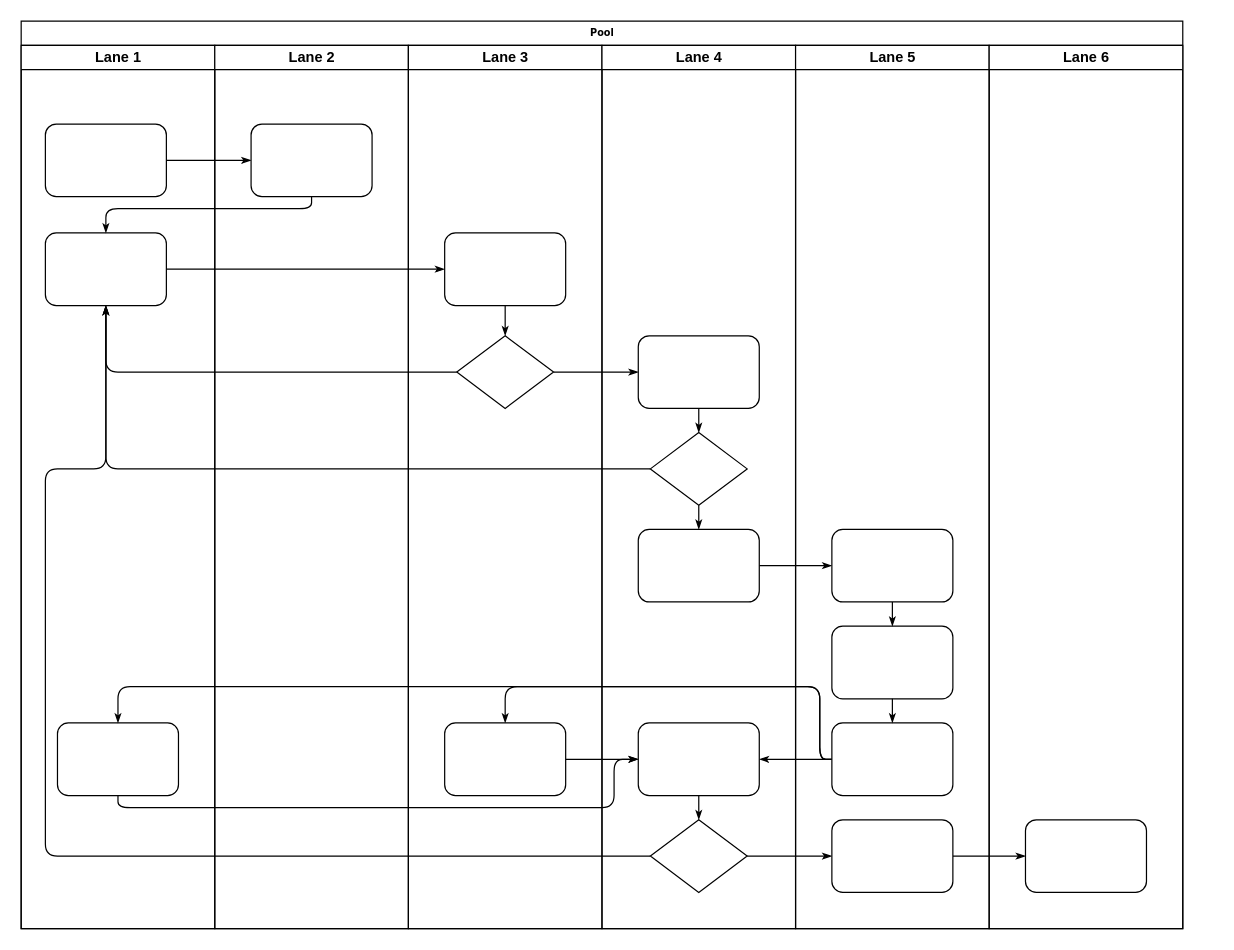
dieunguyen2003/deploycode keeps this draw.io diagram as migrate2.drawio. Above is the earlier version. Source tidied: cells renumbered, new cells numbered last; positions are measured from the earlier drawing's top-left corner, leaving out a move shared by most shapes. Both pictures are drawn from the tidied source at 121%, with x=0, y=0 at pixel (21, 21).
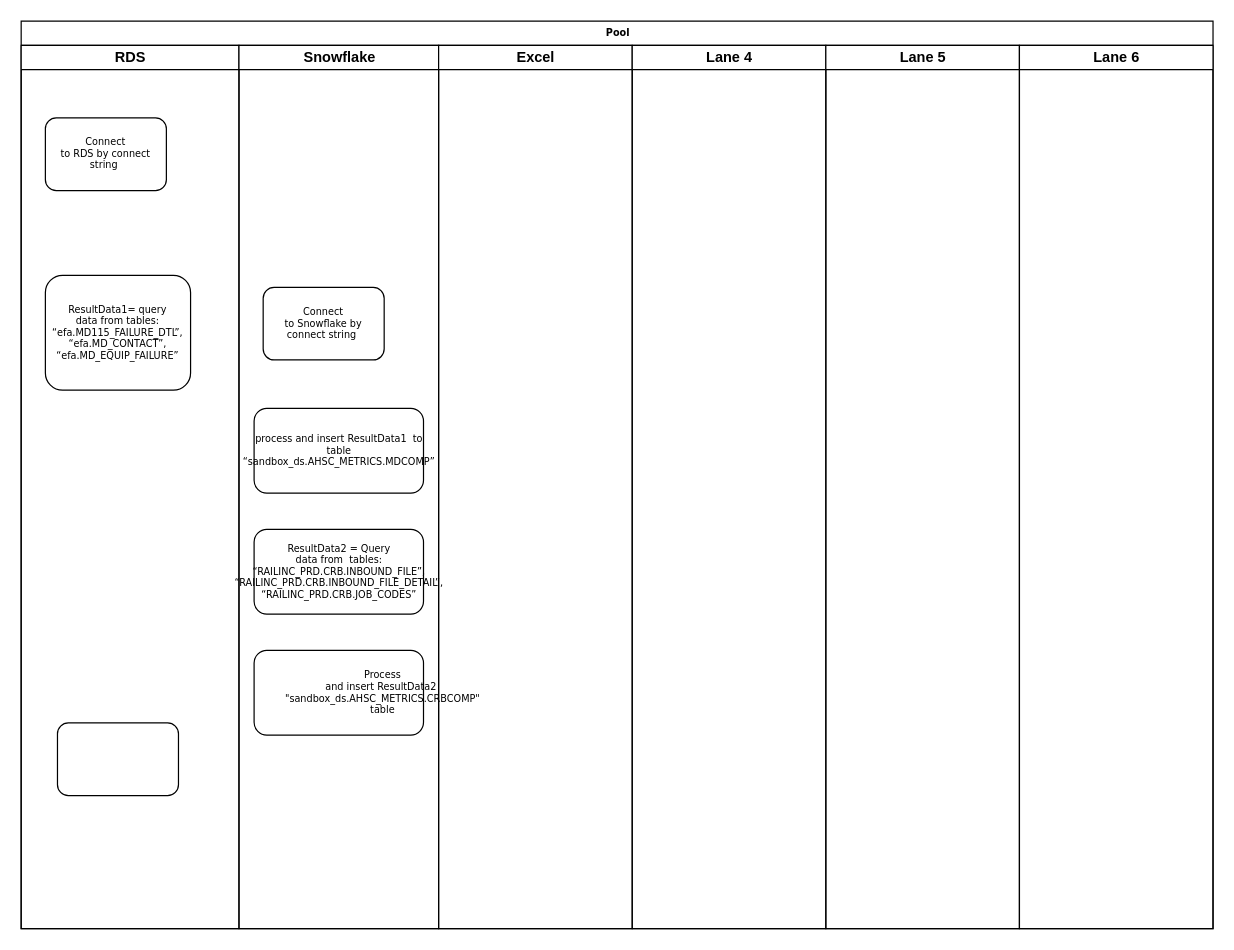
Above is the later version.

The change refers to these unchanged cells:
```xml
<mxCell id="6" style="rounded=1;whiteSpace=wrap;html=1;shadow=0;labelBackgroundColor=none;strokeWidth=1;fontFamily=Verdana;fontSize=8;align=center;" parent="3" vertex="1">
  <mxGeometry x="30" y="560" width="100" height="60" as="geometry" />
</mxCell>
```

The edit, as a diff of the source:
```diff
@@
     <mxCell id="2" value="Pool" style="swimlane;html=1;startSize=20;rounded=0;shadow=0;labelBackgroundColor=none;strokeWidth=1;fontFamily=Verdana;fontSize=8;align=center;" parent="1" vertex="1">
-      <mxGeometry width="960" height="750" as="geometry" />
+      <mxGeometry width="985" height="750" as="geometry" />
     </mxCell>
-    <mxCell id="3" value="Lane 1" style="swimlane;html=1;startSize=20;" parent="2" vertex="1">
-      <mxGeometry y="20" width="160" height="730" as="geometry" />
+    <mxCell id="3" value="RDS" style="swimlane;html=1;startSize=20;" parent="2" vertex="1">
+      <mxGeometry y="20" width="180" height="730" as="geometry" />
     </mxCell>
-    <mxCell id="4" style="rounded=1;whiteSpace=wrap;html=1;shadow=0;labelBackgroundColor=none;strokeWidth=1;fontFamily=Verdana;fontSize=8;align=center;" parent="3" vertex="1">
-      <mxGeometry x="20" y="65" width="100" height="60" as="geometry" />
+    <mxCell id="4" value="Connect&lt;br/&gt;to RDS by connect string&amp;nbsp;" style="rounded=1;whiteSpace=wrap;html=1;shadow=0;labelBackgroundColor=none;strokeWidth=1;fontFamily=Verdana;fontSize=8;align=center;" parent="3" vertex="1">
+      <mxGeometry x="20" y="60" width="100" height="60" as="geometry" />
     </mxCell>
-    <mxCell id="5" style="rounded=1;whiteSpace=wrap;html=1;shadow=0;labelBackgroundColor=none;strokeWidth=1;fontFamily=Verdana;fontSize=8;align=center;" parent="3" vertex="1">
-      <mxGeometry x="20" y="155" width="100" height="60" as="geometry" />
+    <mxCell id="5" value="ResultData1= query&lt;br&gt;data from tables: “efa.MD115_FAILURE_DTL”, “efa.MD_CONTACT”, “efa.MD_EQUIP_FAILURE”" style="rounded=1;whiteSpace=wrap;html=1;shadow=0;labelBackgroundColor=none;strokeWidth=1;fontFamily=Verdana;fontSize=8;align=center;" parent="3" vertex="1">
+      <mxGeometry x="20" y="190" width="120" height="95" as="geometry" />
     </mxCell>
@@
-    <mxCell id="7" style="edgeStyle=orthogonalEdgeStyle;rounded=1;html=1;labelBackgroundColor=none;startArrow=none;startFill=0;startSize=5;endArrow=classicThin;endFill=1;endSize=5;jettySize=auto;strokeWidth=1;fontFamily=Verdana;fontSize=8;" parent="2" edge="1" source="4" target="23">
-      <mxGeometry relative="1" as="geometry" />
-    </mxCell>
-    <mxCell id="8" style="edgeStyle=orthogonalEdgeStyle;rounded=1;html=1;labelBackgroundColor=none;startArrow=none;startFill=0;startSize=5;endArrow=classicThin;endFill=1;endSize=5;jettySize=auto;strokeWidth=1;fontFamily=Verdana;fontSize=8;" parent="2" edge="1" source="23" target="5">
-      <mxGeometry relative="1" as="geometry">
-        <Array as="points">
-          <mxPoint x="240" y="155" />
-          <mxPoint x="70" y="155" />
-        </Array>
-      </mxGeometry>
-    </mxCell>
-    <mxCell id="9" style="edgeStyle=orthogonalEdgeStyle;rounded=1;html=1;labelBackgroundColor=none;startArrow=none;startFill=0;startSize=5;endArrow=classicThin;endFill=1;endSize=5;jettySize=auto;strokeWidth=1;fontFamily=Verdana;fontSize=8;" parent="2" edge="1" source="5" target="25">
-      <mxGeometry relative="1" as="geometry" />
-    </mxCell>
-    <mxCell id="10" style="edgeStyle=orthogonalEdgeStyle;rounded=1;html=1;labelBackgroundColor=none;startArrow=none;startFill=0;startSize=5;endArrow=classicThin;endFill=1;endSize=5;jettySize=auto;strokeWidth=1;fontFamily=Verdana;fontSize=8;" parent="2" edge="1" source="26" target="5">
-      <mxGeometry relative="1" as="geometry" />
-    </mxCell>
-    <mxCell id="11" style="edgeStyle=orthogonalEdgeStyle;rounded=1;html=1;labelBackgroundColor=none;startArrow=none;startFill=0;startSize=5;endArrow=classicThin;endFill=1;endSize=5;jettySize=auto;strokeWidth=1;fontFamily=Verdana;fontSize=8;" parent="2" edge="1" source="31" target="5">
-      <mxGeometry relative="1" as="geometry" />
-    </mxCell>
-    <mxCell id="12" style="edgeStyle=orthogonalEdgeStyle;rounded=1;html=1;labelBackgroundColor=none;startArrow=none;startFill=0;startSize=5;endArrow=classicThin;endFill=1;endSize=5;jettySize=auto;strokeWidth=1;fontFamily=Verdana;fontSize=8;" parent="2" edge="1" source="34" target="5">
-      <mxGeometry relative="1" as="geometry">
-        <Array as="points">
-          <mxPoint x="20" y="690" />
-          <mxPoint x="20" y="370" />
-          <mxPoint x="70" y="370" />
-        </Array>
-      </mxGeometry>
-    </mxCell>
-    <mxCell id="13" style="edgeStyle=orthogonalEdgeStyle;rounded=1;html=1;labelBackgroundColor=none;startArrow=none;startFill=0;startSize=5;endArrow=classicThin;endFill=1;endSize=5;jettySize=auto;strokeWidth=1;fontFamily=Verdana;fontSize=8;" parent="2" edge="1" source="26" target="30">
-      <mxGeometry relative="1" as="geometry" />
-    </mxCell>
-    <mxCell id="14" style="edgeStyle=orthogonalEdgeStyle;rounded=1;html=1;labelBackgroundColor=none;startArrow=none;startFill=0;startSize=5;endArrow=classicThin;endFill=1;endSize=5;jettySize=auto;strokeWidth=1;fontFamily=Verdana;fontSize=8;" parent="2" edge="1" source="34" target="42">
-      <mxGeometry relative="1" as="geometry" />
-    </mxCell>
-    <mxCell id="15" style="edgeStyle=orthogonalEdgeStyle;rounded=1;html=1;labelBackgroundColor=none;startArrow=none;startFill=0;startSize=5;endArrow=classicThin;endFill=1;endSize=5;jettySize=auto;strokeWidth=1;fontFamily=Verdana;fontSize=8;" parent="2" edge="1" source="42" target="46">
-      <mxGeometry relative="1" as="geometry" />
-    </mxCell>
-    <mxCell id="16" style="edgeStyle=orthogonalEdgeStyle;rounded=1;html=1;labelBackgroundColor=none;startArrow=none;startFill=0;startSize=5;endArrow=classicThin;endFill=1;endSize=5;jettySize=auto;strokeWidth=1;fontFamily=Verdana;fontSize=8;" parent="2" edge="1" source="32" target="39">
-      <mxGeometry relative="1" as="geometry" />
-    </mxCell>
-    <mxCell id="17" style="edgeStyle=orthogonalEdgeStyle;rounded=1;html=1;labelBackgroundColor=none;startArrow=none;startFill=0;startSize=5;endArrow=classicThin;endFill=1;endSize=5;jettySize=auto;strokeWidth=1;fontFamily=Verdana;fontSize=8;" parent="2" edge="1" source="41" target="27">
-      <mxGeometry relative="1" as="geometry">
-        <Array as="points">
-          <mxPoint x="660" y="610" />
-          <mxPoint x="660" y="550" />
-          <mxPoint x="400" y="550" />
-        </Array>
-      </mxGeometry>
-    </mxCell>
-    <mxCell id="18" style="edgeStyle=orthogonalEdgeStyle;rounded=1;html=1;labelBackgroundColor=none;startArrow=none;startFill=0;startSize=5;endArrow=classicThin;endFill=1;endSize=5;jettySize=auto;strokeColor=#000000;strokeWidth=1;fontFamily=Verdana;fontSize=8;fontColor=#000000;" parent="2" edge="1" source="41" target="33">
-      <mxGeometry relative="1" as="geometry" />
-    </mxCell>
-    <mxCell id="19" style="edgeStyle=orthogonalEdgeStyle;rounded=1;html=1;labelBackgroundColor=none;startArrow=none;startFill=0;startSize=5;endArrow=classicThin;endFill=1;endSize=5;jettySize=auto;strokeWidth=1;fontFamily=Verdana;fontSize=8;" parent="2" edge="1" source="41" target="6">
-      <mxGeometry relative="1" as="geometry">
-        <Array as="points">
-          <mxPoint x="660" y="610" />
-          <mxPoint x="660" y="550" />
-          <mxPoint x="80" y="550" />
-        </Array>
-      </mxGeometry>
-    </mxCell>
-    <mxCell id="20" style="edgeStyle=orthogonalEdgeStyle;rounded=1;html=1;labelBackgroundColor=none;startArrow=none;startFill=0;startSize=5;endArrow=classicThin;endFill=1;endSize=5;jettySize=auto;strokeWidth=1;fontFamily=Verdana;fontSize=8;" parent="2" edge="1" source="6" target="33">
-      <mxGeometry relative="1" as="geometry">
-        <Array as="points">
-          <mxPoint x="80" y="650" />
-          <mxPoint x="490" y="650" />
-          <mxPoint x="490" y="610" />
-        </Array>
-      </mxGeometry>
-    </mxCell>
-    <mxCell id="21" style="edgeStyle=orthogonalEdgeStyle;rounded=1;html=1;labelBackgroundColor=none;startArrow=none;startFill=0;startSize=5;endArrow=classicThin;endFill=1;endSize=5;jettySize=auto;strokeWidth=1;fontFamily=Verdana;fontSize=8;" parent="2" edge="1" source="27" target="33">
-      <mxGeometry relative="1" as="geometry" />
-    </mxCell>
-    <mxCell id="22" value="Lane 2" style="swimlane;html=1;startSize=20;" parent="2" vertex="1">
-      <mxGeometry x="160" y="20" width="160" height="730" as="geometry" />
+    <mxCell id="22" value="Snowflake" style="swimlane;html=1;startSize=20;" parent="2" vertex="1">
+      <mxGeometry x="180" y="20" width="165" height="730" as="geometry" />
     </mxCell>
-    <mxCell id="23" style="rounded=1;whiteSpace=wrap;html=1;shadow=0;labelBackgroundColor=none;strokeWidth=1;fontFamily=Verdana;fontSize=8;align=center;" parent="22" vertex="1">
-      <mxGeometry x="30" y="65" width="100" height="60" as="geometry" />
+    <mxCell id="23" value="Connect&lt;br style=&quot;border-color: var(--border-color);&quot;&gt;to Snowflake by connect string&amp;nbsp;" style="rounded=1;whiteSpace=wrap;html=1;shadow=0;labelBackgroundColor=none;strokeWidth=1;fontFamily=Verdana;fontSize=8;align=center;" parent="22" vertex="1">
+      <mxGeometry x="20" y="200" width="100" height="60" as="geometry" />
     </mxCell>
+    <mxCell id="47" value="process and insert ResultData1&amp;nbsp;&amp;nbsp;to table “sandbox_ds.AHSC_METRICS.MDCOMP”" style="rounded=1;whiteSpace=wrap;html=1;shadow=0;labelBackgroundColor=none;strokeWidth=1;fontFamily=Verdana;fontSize=8;align=center;" parent="22" vertex="1">
+      <mxGeometry x="12.5" y="300" width="140" height="70" as="geometry" />
+    </mxCell>
+    <mxCell id="48" value="ResultData2 = Query&lt;br&gt;data from&amp;nbsp; tables: “RAILINC_PRD.CRB.INBOUND_FILE”, “RAILINC_PRD.CRB.INBOUND_FILE_DETAIL”,&lt;br&gt;“RAILINC_PRD.CRB.JOB_CODES”" style="rounded=1;whiteSpace=wrap;html=1;shadow=0;labelBackgroundColor=none;strokeWidth=1;fontFamily=Verdana;fontSize=8;align=center;" parent="22" vertex="1">
+      <mxGeometry x="12.5" y="400" width="140" height="70" as="geometry" />
+    </mxCell>
+    <mxCell id="49" value="&lt;p style=&quot;margin-left:.75in;mso-add-space:auto&quot; class=&quot;MsoListParagraph&quot;&gt;Process&lt;br/&gt;and insert ResultData2&amp;nbsp; &quot;sandbox_ds.AHSC_METRICS.CRBCOMP&quot; table&lt;/p&gt;" style="rounded=1;whiteSpace=wrap;html=1;shadow=0;labelBackgroundColor=none;strokeWidth=1;fontFamily=Verdana;fontSize=8;align=center;" parent="22" vertex="1">
+      <mxGeometry x="12.5" y="500" width="140" height="70" as="geometry" />
+    </mxCell>
-    <mxCell id="24" value="Lane 3" style="swimlane;html=1;startSize=20;" parent="2" vertex="1">
-      <mxGeometry x="320" y="20" width="160" height="730" as="geometry" />
+    <mxCell id="24" value="Excel" style="swimlane;html=1;startSize=20;" parent="2" vertex="1">
+      <mxGeometry x="345" y="20" width="160" height="730" as="geometry" />
     </mxCell>
-    <mxCell id="25" style="rounded=1;whiteSpace=wrap;html=1;shadow=0;labelBackgroundColor=none;strokeWidth=1;fontFamily=Verdana;fontSize=8;align=center;" parent="24" vertex="1">
-      <mxGeometry x="30" y="155" width="100" height="60" as="geometry" />
-    </mxCell>
-    <mxCell id="26" style="rhombus;whiteSpace=wrap;html=1;rounded=0;shadow=0;labelBackgroundColor=none;strokeWidth=1;fontFamily=Verdana;fontSize=8;align=center;" parent="24" vertex="1">
-      <mxGeometry x="40" y="240" width="80" height="60" as="geometry" />
-    </mxCell>
-    <mxCell id="27" style="rounded=1;whiteSpace=wrap;html=1;shadow=0;labelBackgroundColor=none;strokeWidth=1;fontFamily=Verdana;fontSize=8;align=center;" parent="24" vertex="1">
-      <mxGeometry x="30" y="560" width="100" height="60" as="geometry" />
-    </mxCell>
-    <mxCell id="28" style="edgeStyle=orthogonalEdgeStyle;rounded=1;html=1;labelBackgroundColor=none;startArrow=none;startFill=0;startSize=5;endArrow=classicThin;endFill=1;endSize=5;jettySize=auto;strokeWidth=1;fontFamily=Verdana;fontSize=8;" parent="24" edge="1" source="25" target="26">
-      <mxGeometry relative="1" as="geometry" />
-    </mxCell>
     <mxCell id="29" value="Lane 4" style="swimlane;html=1;startSize=20;" parent="2" vertex="1">
-      <mxGeometry x="480" y="20" width="160" height="730" as="geometry" />
+      <mxGeometry x="505" y="20" width="160" height="730" as="geometry" />
     </mxCell>
-    <mxCell id="30" style="rounded=1;whiteSpace=wrap;html=1;shadow=0;labelBackgroundColor=none;strokeWidth=1;fontFamily=Verdana;fontSize=8;align=center;" parent="29" vertex="1">
-      <mxGeometry x="30" y="240" width="100" height="60" as="geometry" />
-    </mxCell>
-    <mxCell id="31" style="rhombus;whiteSpace=wrap;html=1;rounded=0;shadow=0;labelBackgroundColor=none;strokeWidth=1;fontFamily=Verdana;fontSize=8;align=center;" parent="29" vertex="1">
-      <mxGeometry x="40" y="320" width="80" height="60" as="geometry" />
-    </mxCell>
-    <mxCell id="32" style="rounded=1;whiteSpace=wrap;html=1;shadow=0;labelBackgroundColor=none;strokeWidth=1;fontFamily=Verdana;fontSize=8;align=center;" parent="29" vertex="1">
-      <mxGeometry x="30" y="400" width="100" height="60" as="geometry" />
-    </mxCell>
-    <mxCell id="33" style="rounded=1;whiteSpace=wrap;html=1;shadow=0;labelBackgroundColor=none;strokeWidth=1;fontFamily=Verdana;fontSize=8;align=center;" parent="29" vertex="1">
-      <mxGeometry x="30" y="560" width="100" height="60" as="geometry" />
-    </mxCell>
-    <mxCell id="34" style="rhombus;whiteSpace=wrap;html=1;rounded=0;shadow=0;labelBackgroundColor=none;strokeWidth=1;fontFamily=Verdana;fontSize=8;align=center;" parent="29" vertex="1">
-      <mxGeometry x="40" y="640" width="80" height="60" as="geometry" />
-    </mxCell>
-    <mxCell id="35" style="edgeStyle=orthogonalEdgeStyle;rounded=1;html=1;labelBackgroundColor=none;startArrow=none;startFill=0;startSize=5;endArrow=classicThin;endFill=1;endSize=5;jettySize=auto;strokeColor=#000000;strokeWidth=1;fontFamily=Verdana;fontSize=8;fontColor=#000000;" parent="29" edge="1" source="30" target="31">
-      <mxGeometry relative="1" as="geometry" />
-    </mxCell>
-    <mxCell id="36" style="edgeStyle=orthogonalEdgeStyle;rounded=1;html=1;labelBackgroundColor=none;startArrow=none;startFill=0;startSize=5;endArrow=classicThin;endFill=1;endSize=5;jettySize=auto;strokeWidth=1;fontFamily=Verdana;fontSize=8;" parent="29" edge="1" source="31" target="32">
-      <mxGeometry relative="1" as="geometry" />
-    </mxCell>
-    <mxCell id="37" style="edgeStyle=orthogonalEdgeStyle;rounded=1;html=1;labelBackgroundColor=none;startArrow=none;startFill=0;startSize=5;endArrow=classicThin;endFill=1;endSize=5;jettySize=auto;strokeWidth=1;fontFamily=Verdana;fontSize=8;" parent="29" edge="1" source="33" target="34">
-      <mxGeometry relative="1" as="geometry" />
-    </mxCell>
     <mxCell id="38" value="Lane 5" style="swimlane;html=1;startSize=20;" parent="2" vertex="1">
-      <mxGeometry x="640" y="20" width="160" height="730" as="geometry" />
+      <mxGeometry x="665" y="20" width="160" height="730" as="geometry" />
     </mxCell>
-    <mxCell id="39" style="rounded=1;whiteSpace=wrap;html=1;shadow=0;labelBackgroundColor=none;strokeWidth=1;fontFamily=Verdana;fontSize=8;align=center;" parent="38" vertex="1">
-      <mxGeometry x="30" y="400" width="100" height="60" as="geometry" />
-    </mxCell>
-    <mxCell id="40" style="rounded=1;whiteSpace=wrap;html=1;shadow=0;labelBackgroundColor=none;strokeWidth=1;fontFamily=Verdana;fontSize=8;align=center;" parent="38" vertex="1">
-      <mxGeometry x="30" y="480" width="100" height="60" as="geometry" />
-    </mxCell>
-    <mxCell id="41" style="rounded=1;whiteSpace=wrap;html=1;shadow=0;labelBackgroundColor=none;strokeWidth=1;fontFamily=Verdana;fontSize=8;align=center;" parent="38" vertex="1">
-      <mxGeometry x="30" y="560" width="100" height="60" as="geometry" />
-    </mxCell>
-    <mxCell id="42" style="rounded=1;whiteSpace=wrap;html=1;shadow=0;labelBackgroundColor=none;strokeWidth=1;fontFamily=Verdana;fontSize=8;align=center;" parent="38" vertex="1">
-      <mxGeometry x="30" y="640" width="100" height="60" as="geometry" />
-    </mxCell>
-    <mxCell id="43" style="edgeStyle=orthogonalEdgeStyle;rounded=1;html=1;labelBackgroundColor=none;startArrow=none;startFill=0;startSize=5;endArrow=classicThin;endFill=1;endSize=5;jettySize=auto;strokeWidth=1;fontFamily=Verdana;fontSize=8;" parent="38" edge="1" source="39" target="40">
-      <mxGeometry relative="1" as="geometry" />
-    </mxCell>
-    <mxCell id="44" style="edgeStyle=orthogonalEdgeStyle;rounded=1;html=1;labelBackgroundColor=none;startArrow=none;startFill=0;startSize=5;endArrow=classicThin;endFill=1;endSize=5;jettySize=auto;strokeWidth=1;fontFamily=Verdana;fontSize=8;" parent="38" edge="1" source="40" target="41">
-      <mxGeometry relative="1" as="geometry" />
-    </mxCell>
     <mxCell id="45" value="Lane 6" style="swimlane;html=1;startSize=20;" parent="2" vertex="1">
-      <mxGeometry x="800" y="20" width="160" height="730" as="geometry" />
+      <mxGeometry x="825" y="20" width="160" height="730" as="geometry" />
     </mxCell>
-    <mxCell id="46" style="rounded=1;whiteSpace=wrap;html=1;shadow=0;labelBackgroundColor=none;strokeWidth=1;fontFamily=Verdana;fontSize=8;align=center;" parent="45" vertex="1">
-      <mxGeometry x="30" y="640" width="100" height="60" as="geometry" />
-    </mxCell>
```
